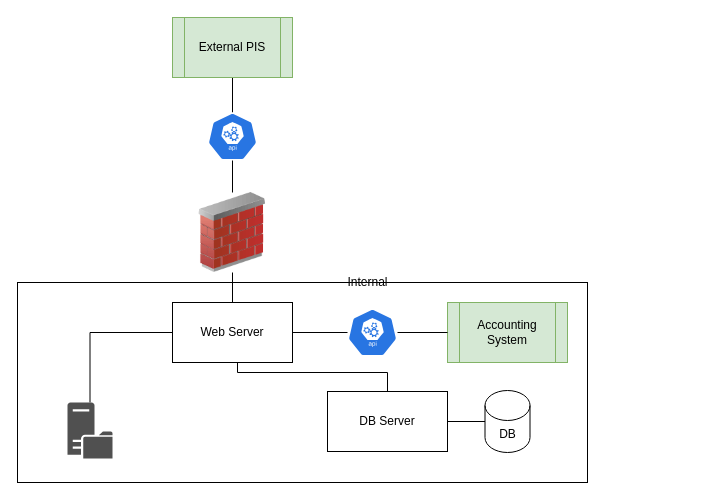
Before: deployDiagram.drawio in shpriya-bits/github-upload, a draw.io diagram. Source tidied: cells renumbered, new cells numbered last; positions are measured from the earlier drawing's top-left corner, leaving out a move shared by most shapes. Both pictures are drawn from the tidied source at 100%, with x=0, y=0 at pixel (17, 17).
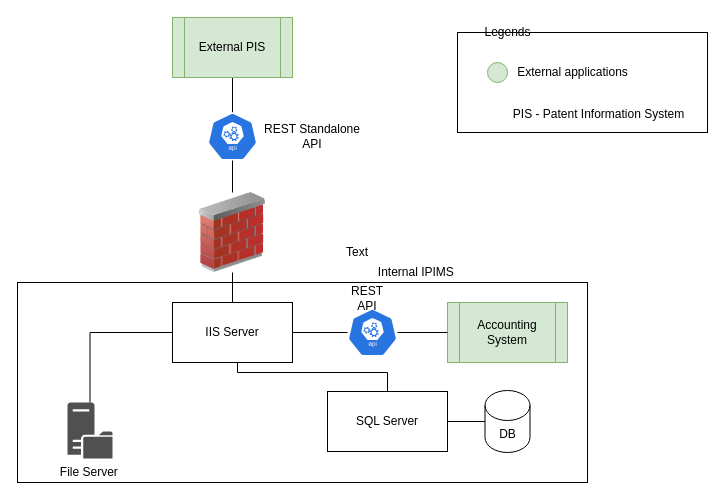
After the change.

The edit, as a diff of the source:
```diff
@@
+    <mxCell id="21" style="rounded=0;whiteSpace=wrap;html=1;" parent="1" vertex="1">
+      <mxGeometry x="440" y="15" width="250" height="100" as="geometry" />
+    </mxCell>
@@
-    <mxCell id="12" value="Web Server" style="rounded=0;whiteSpace=wrap;html=1;" parent="1" vertex="1">
+    <mxCell id="12" value="IIS Server" style="rounded=0;whiteSpace=wrap;html=1;" parent="1" vertex="1">
       <mxGeometry x="155" y="285" width="120" height="60" as="geometry" />
     </mxCell>
@@
-    <mxCell id="14" value="DB Server" style="rounded=0;whiteSpace=wrap;html=1;" parent="1" vertex="1">
+    <mxCell id="14" value="SQL Server" style="rounded=0;whiteSpace=wrap;html=1;" parent="1" vertex="1">
       <mxGeometry x="310" y="374" width="120" height="60" as="geometry" />
     </mxCell>
-    <mxCell id="15" value="Internal" style="text;html=1;align=center;verticalAlign=middle;" parent="1" vertex="1">
-      <mxGeometry x="320" y="255" width="60" height="20" as="geometry" />
+    <mxCell id="15" value="Internal IPIMS&amp;nbsp;" style="text;html=1;align=center;verticalAlign=middle;" parent="1" vertex="1">
+      <mxGeometry x="355" y="245" width="90" height="20" as="geometry" />
     </mxCell>
-    <mxCell id="16" style="shadow=0;dashed=0;html=1;strokeColor=none;fillColor=#505050;labelPosition=center;verticalLabelPosition=bottom;verticalAlign=top;outlineConnect=0;align=center;shape=mxgraph.office.servers.file_server;" parent="1" vertex="1">
+    <mxCell id="16" value="File Server&amp;nbsp;" style="shadow=0;dashed=0;html=1;strokeColor=none;fillColor=#505050;labelPosition=center;verticalLabelPosition=bottom;verticalAlign=top;outlineConnect=0;align=center;shape=mxgraph.office.servers.file_server;" parent="1" vertex="1">
       <mxGeometry x="50" y="385" width="45" height="56" as="geometry" />
     </mxCell>
@@
+    <mxCell id="22" value="REST Standalone API" style="text;html=1;strokeColor=none;fillColor=none;align=center;verticalAlign=middle;whiteSpace=wrap;rounded=0;" parent="1" vertex="1">
+      <mxGeometry x="240" y="109" width="110" height="20" as="geometry" />
+    </mxCell>
+    <mxCell id="23" value="REST API" style="text;html=1;strokeColor=none;fillColor=none;align=center;verticalAlign=middle;whiteSpace=wrap;rounded=0;" parent="1" vertex="1">
+      <mxGeometry x="330" y="271" width="40" height="20" as="geometry" />
+    </mxCell>
+    <mxCell id="24" style="ellipse;whiteSpace=wrap;html=1;fillColor=#d5e8d4;strokeColor=#82b366;" parent="1" vertex="1">
+      <mxGeometry x="470" y="45" width="20" height="20" as="geometry" />
+    </mxCell>
+    <mxCell id="25" value="External applications" style="text;html=1;align=center;verticalAlign=middle;" parent="1" vertex="1">
+      <mxGeometry x="490" y="45" width="130" height="20" as="geometry" />
+    </mxCell>
+    <mxCell id="26" value="PIS - Patent Information System" style="text;html=1;strokeColor=none;fillColor=none;align=center;verticalAlign=middle;whiteSpace=wrap;rounded=0;" parent="1" vertex="1">
+      <mxGeometry x="473" y="89" width="217" height="16" as="geometry" />
+    </mxCell>
+    <mxCell id="27" value="Legends" style="text;html=1;align=center;verticalAlign=middle;" parent="1" vertex="1">
+      <mxGeometry x="460" y="5" width="60" height="20" as="geometry" />
+    </mxCell>
+    <mxCell id="28" value="Text" style="text;html=1;strokeColor=none;fillColor=none;align=center;verticalAlign=middle;whiteSpace=wrap;rounded=0;" parent="1" vertex="1">
+      <mxGeometry x="320" y="225" width="40" height="20" as="geometry" />
+    </mxCell>
```
